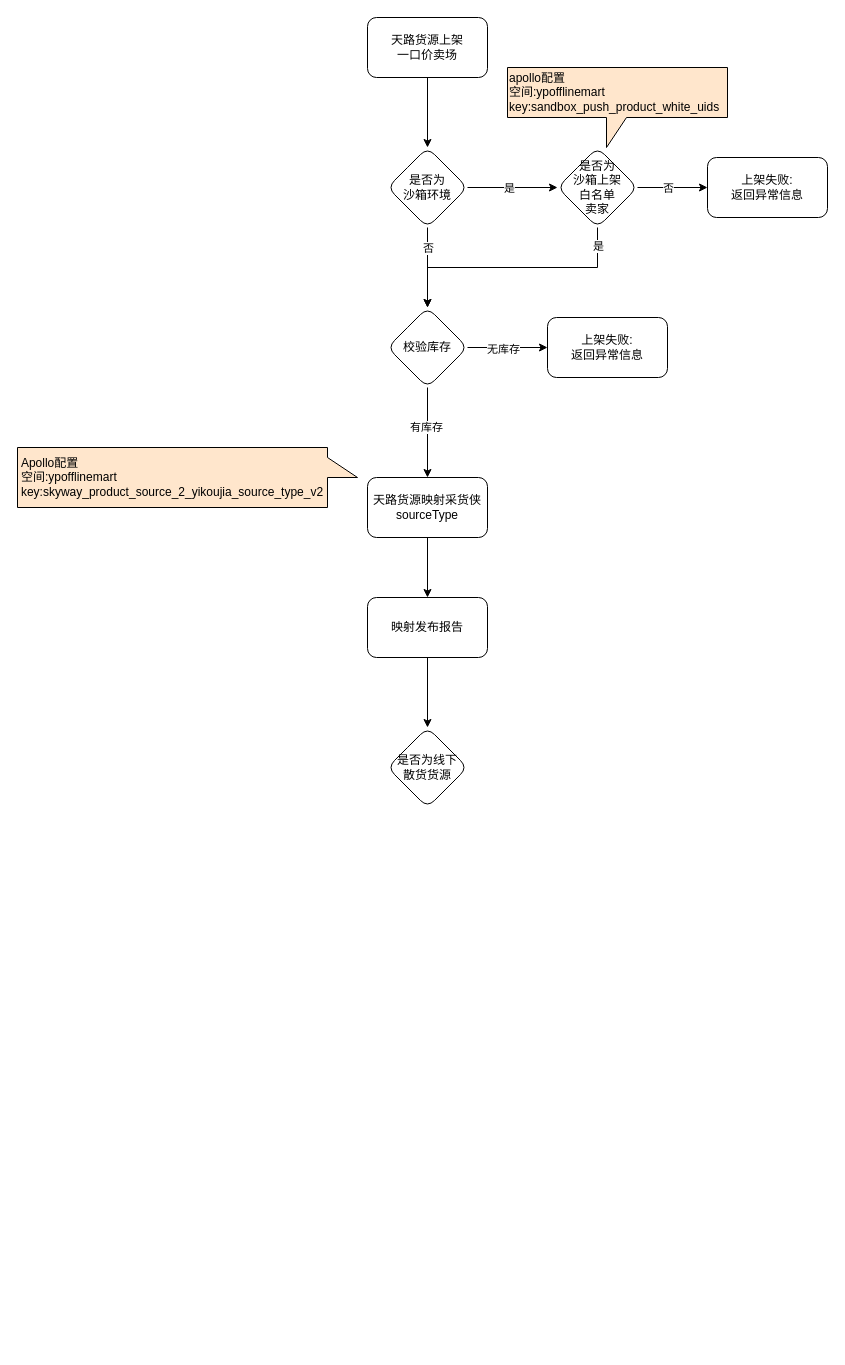
Above: page "上架一口价卖场流程图" (2 of 2) of 卖场/一口价卖场.drawio in lxcy-kdz/draw (draw.io), before the change. Source tidied: cells renumbered, new cells numbered last; positions are measured from the earlier drawing's top-left corner, leaving out a move shared by most shapes. Both pictures are drawn from the tidied source at 100%, with x=0, y=0 at pixel (17, 17).
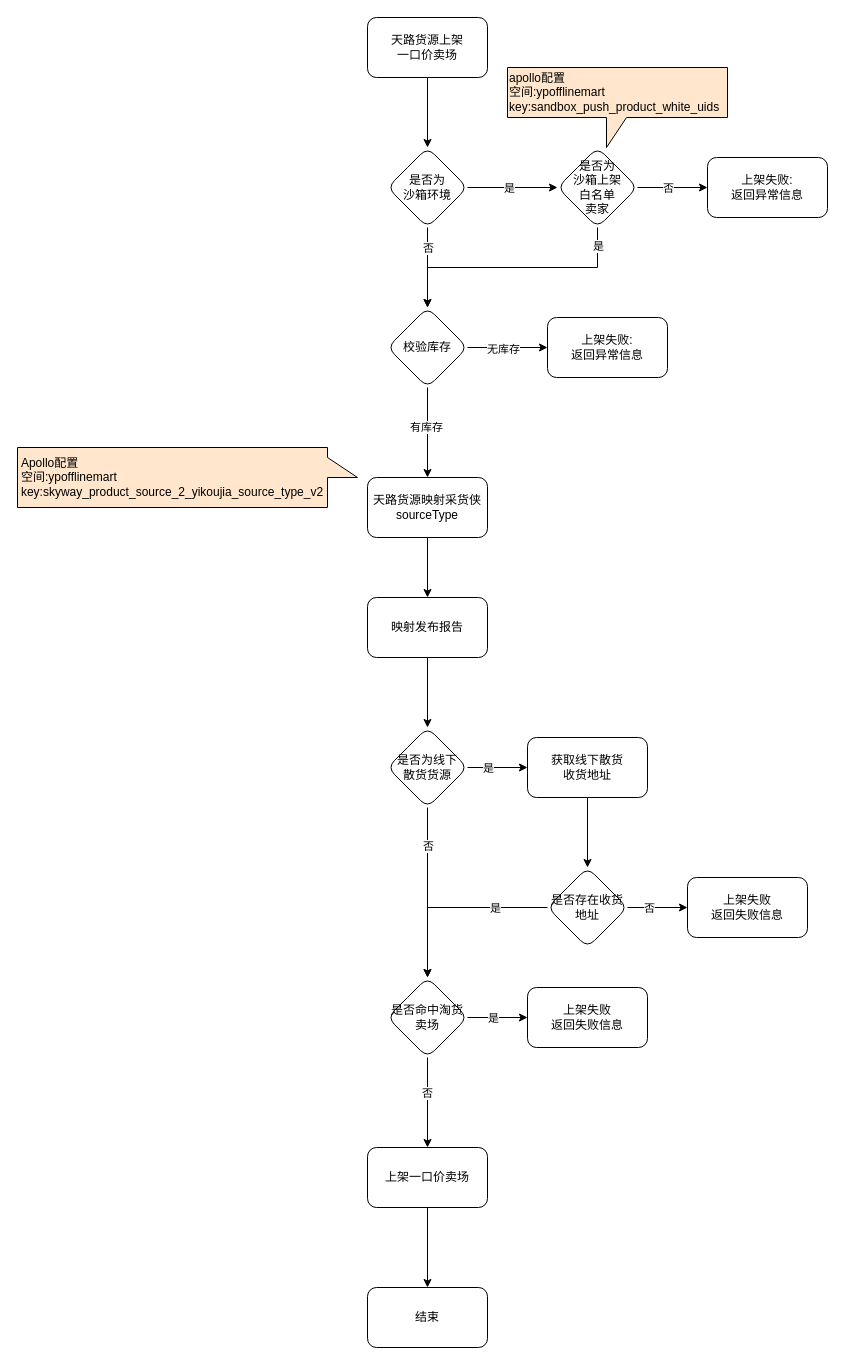
The same diagram, later.

Commit message:
更新一口价卖场.drawio

The change refers to these unchanged cells:
```xml
<mxCell id="27" value="是否为线下&lt;div&gt;散货货源&lt;/div&gt;" style="rhombus;whiteSpace=wrap;html=1;rounded=1;" parent="1" vertex="1">
  <mxGeometry x="370" y="710" width="80" height="80" as="geometry" />
</mxCell>
```

The edit, as a diff of the source:
```diff
@@
+    <mxCell id="28" style="edgeStyle=orthogonalEdgeStyle;rounded=0;jettySize=auto;html=1;" parent="1" edge="1" source="27" target="33">
+      <mxGeometry relative="1" as="geometry" />
+    </mxCell>
+    <mxCell id="29" value="是" style="edgeLabel;html=1;align=center;verticalAlign=middle;" parent="28" vertex="1">
+      <mxGeometry x="-0.08" y="1" relative="1" as="geometry">
+        <mxPoint x="-8" y="1" as="offset" />
+      </mxGeometry>
+    </mxCell>
+    <mxCell id="30" style="edgeStyle=orthogonalEdgeStyle;rounded=0;jettySize=auto;html=1;" parent="1" edge="1" source="27" target="44">
+      <mxGeometry relative="1" as="geometry" />
+    </mxCell>
+    <mxCell id="31" value="否" style="edgeLabel;html=1;align=center;verticalAlign=middle;" parent="30" vertex="1">
+      <mxGeometry x="-0.55" y="1" relative="1" as="geometry">
+        <mxPoint x="-1" as="offset" />
+      </mxGeometry>
+    </mxCell>
@@
+    <mxCell id="32" style="edgeStyle=orthogonalEdgeStyle;rounded=0;jettySize=auto;html=1;" parent="1" edge="1" source="33" target="38">
+      <mxGeometry relative="1" as="geometry" />
+    </mxCell>
+    <mxCell id="33" value="获取线下散货&lt;div&gt;收货地址&lt;/div&gt;" style="whiteSpace=wrap;html=1;rounded=1;" parent="1" vertex="1">
+      <mxGeometry x="510" y="720" width="120" height="60" as="geometry" />
+    </mxCell>
+    <mxCell id="34" style="edgeStyle=orthogonalEdgeStyle;rounded=0;jettySize=auto;html=1;" parent="1" edge="1" source="38" target="39">
+      <mxGeometry relative="1" as="geometry" />
+    </mxCell>
+    <mxCell id="35" value="否" style="edgeLabel;html=1;align=center;verticalAlign=middle;" parent="34" vertex="1">
+      <mxGeometry x="-0.08" y="2" relative="1" as="geometry">
+        <mxPoint x="-7" y="2" as="offset" />
+      </mxGeometry>
+    </mxCell>
+    <mxCell id="36" style="edgeStyle=orthogonalEdgeStyle;rounded=0;jettySize=auto;html=1;exitX=0;exitY=0.5;exitDx=0;exitDy=0;entryX=0.5;entryY=0;entryDx=0;entryDy=0;" parent="1" edge="1" source="38" target="44">
+      <mxGeometry relative="1" as="geometry" />
+    </mxCell>
+    <mxCell id="37" value="是" style="edgeLabel;html=1;align=center;verticalAlign=middle;" parent="36" vertex="1">
+      <mxGeometry x="-0.44" relative="1" as="geometry" />
+    </mxCell>
+    <mxCell id="38" value="是否存在收货地址" style="rhombus;whiteSpace=wrap;html=1;rounded=1;" parent="1" vertex="1">
+      <mxGeometry x="530" y="850" width="80" height="80" as="geometry" />
+    </mxCell>
+    <mxCell id="39" value="上架失败&lt;div&gt;返回失败信息&lt;/div&gt;" style="whiteSpace=wrap;html=1;rounded=1;" parent="1" vertex="1">
+      <mxGeometry x="670" y="860" width="120" height="60" as="geometry" />
+    </mxCell>
+    <mxCell id="40" style="edgeStyle=orthogonalEdgeStyle;rounded=0;jettySize=auto;html=1;" parent="1" edge="1" source="44" target="45">
+      <mxGeometry relative="1" as="geometry" />
+    </mxCell>
+    <mxCell id="41" value="是" style="edgeLabel;html=1;align=center;verticalAlign=middle;" parent="40" vertex="1">
+      <mxGeometry x="-0.16" relative="1" as="geometry" />
+    </mxCell>
+    <mxCell id="42" style="edgeStyle=orthogonalEdgeStyle;rounded=0;jettySize=auto;html=1;" parent="1" edge="1" source="44" target="47">
+      <mxGeometry relative="1" as="geometry" />
+    </mxCell>
+    <mxCell id="43" value="否" style="edgeLabel;html=1;align=center;verticalAlign=middle;" parent="42" vertex="1">
+      <mxGeometry x="-0.23" y="-1" relative="1" as="geometry" />
+    </mxCell>
+    <mxCell id="44" value="是否命中淘货卖场" style="rhombus;whiteSpace=wrap;html=1;rounded=1;" parent="1" vertex="1">
+      <mxGeometry x="370" y="960" width="80" height="80" as="geometry" />
+    </mxCell>
+    <mxCell id="45" value="上架失败&lt;div&gt;返回失败信息&lt;/div&gt;" style="whiteSpace=wrap;html=1;rounded=1;" parent="1" vertex="1">
+      <mxGeometry x="510" y="970" width="120" height="60" as="geometry" />
+    </mxCell>
+    <mxCell id="46" style="edgeStyle=orthogonalEdgeStyle;rounded=0;jettySize=auto;html=1;" parent="1" edge="1" source="47" target="48">
+      <mxGeometry relative="1" as="geometry" />
+    </mxCell>
+    <mxCell id="47" value="上架一口价卖场" style="whiteSpace=wrap;html=1;rounded=1;" parent="1" vertex="1">
+      <mxGeometry x="350" y="1130" width="120" height="60" as="geometry" />
+    </mxCell>
+    <mxCell id="48" value="结束" style="whiteSpace=wrap;html=1;rounded=1;" parent="1" vertex="1">
+      <mxGeometry x="350" y="1270" width="120" height="60" as="geometry" />
+    </mxCell>
```
